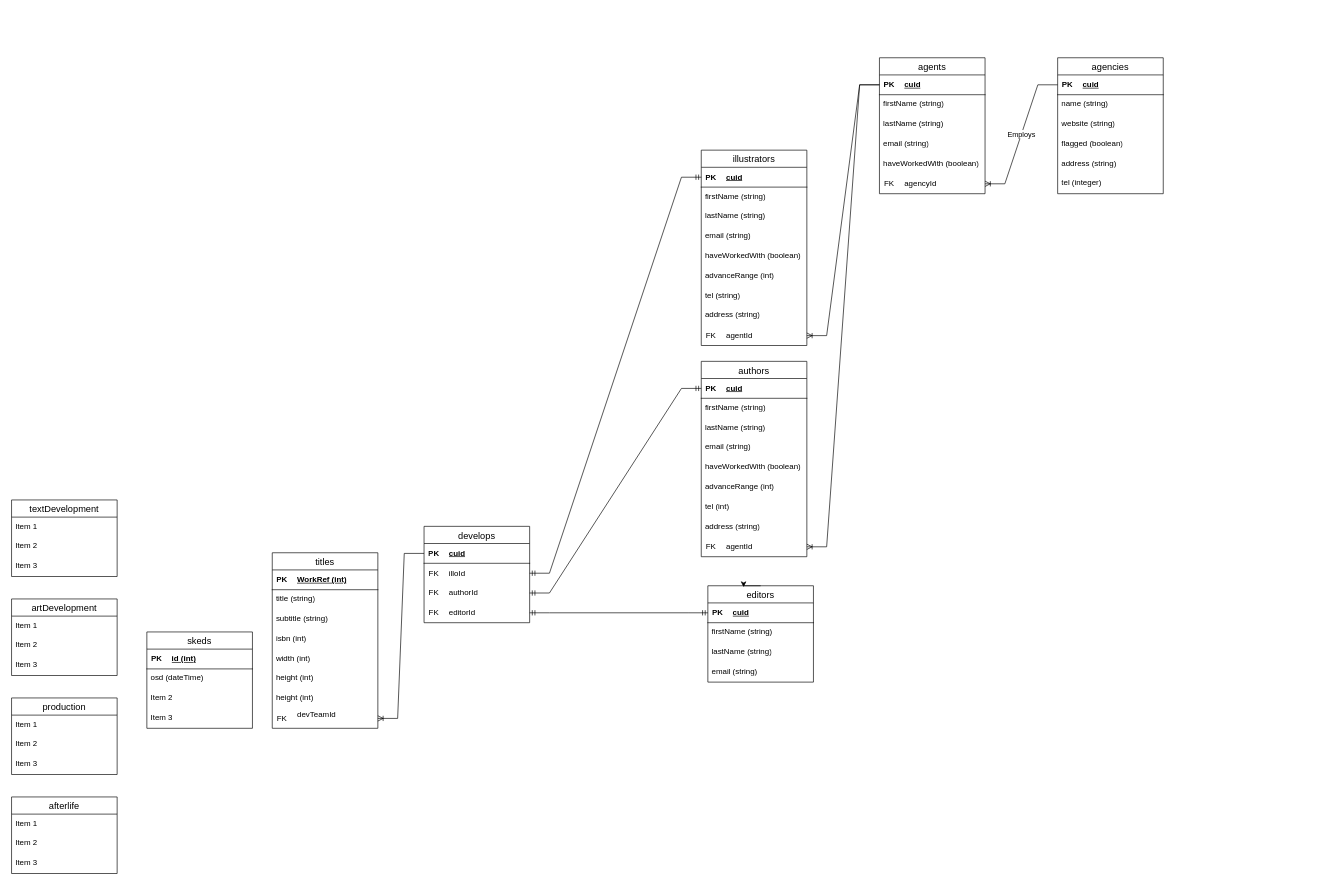
Before: public/AdsoSchema.drawio in GianniBuoni/adso, a draw.io diagram. Source tidied: cells renumbered, new cells numbered last; positions are measured from the earlier drawing's top-left corner, leaving out a move shared by most shapes. Both pictures are drawn from the tidied source at 66%, with x=0, y=0 at pixel (11, 57).
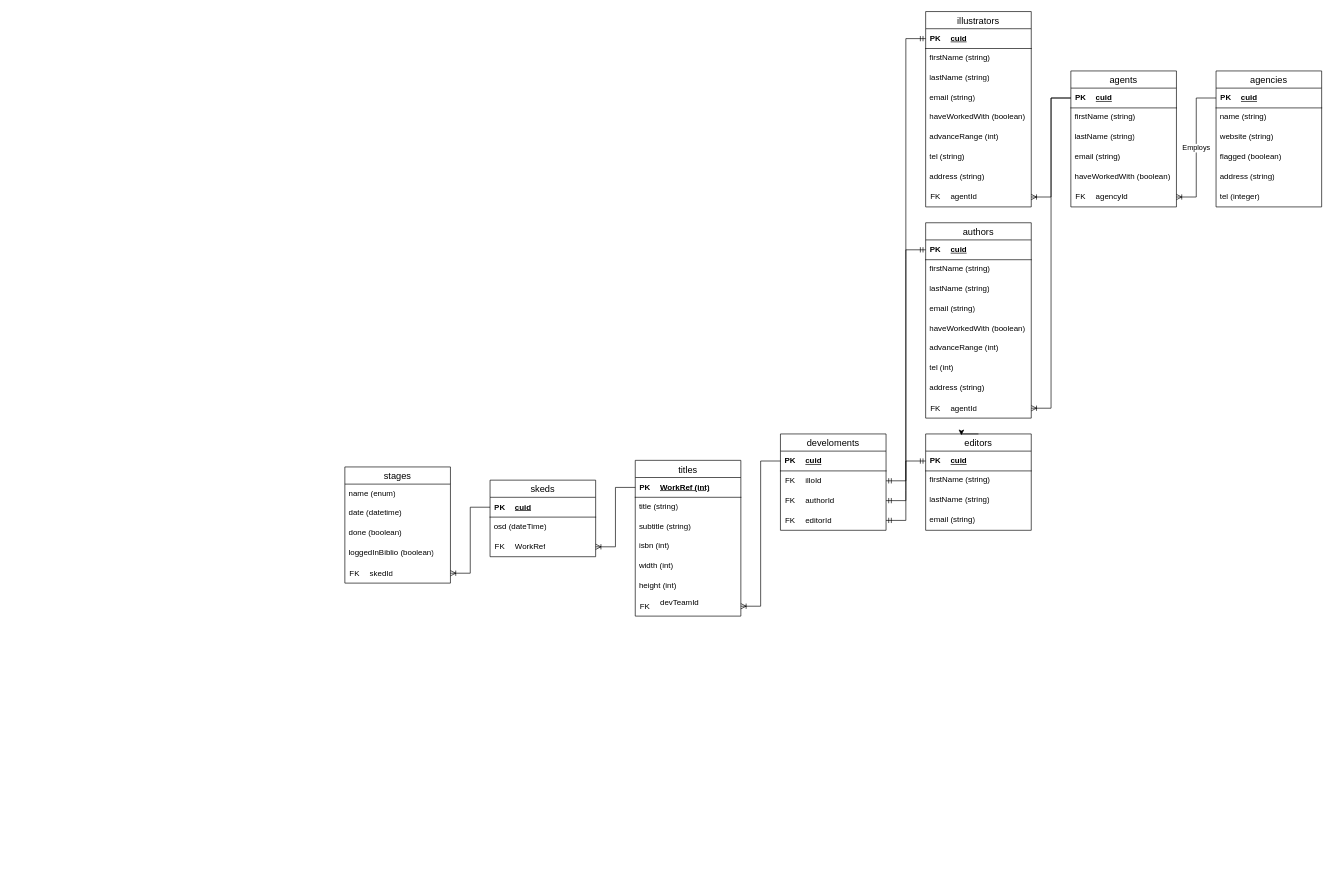
The same diagram, later.

Unchanged cells that the change refers to:
```xml
<mxCell id="4" style="shape=tableRow;horizontal=0;startSize=0;swimlaneHead=0;swimlaneBody=0;fillColor=none;points=[[0,0.5],[1,0.5]];portConstraint=eastwest;top=0;left=0;right=0;bottom=1;" parent="3" vertex="1">
  <mxGeometry width="160" height="30" as="geometry" />
</mxCell>
<mxCell id="35" style="shape=tableRow;horizontal=0;startSize=0;swimlaneHead=0;swimlaneBody=0;fillColor=none;points=[[0,0.5],[1,0.5]];portConstraint=eastwest;top=0;left=0;right=0;bottom=1;" parent="34" vertex="1">
  <mxGeometry width="160" height="30" as="geometry" />
</mxCell>
<mxCell id="50" style="shape=tableRow;horizontal=0;startSize=0;swimlaneHead=0;swimlaneBody=0;fillColor=none;points=[[0,0.5],[1,0.5]];portConstraint=eastwest;top=0;left=0;right=0;bottom=1;" parent="49" vertex="1">
  <mxGeometry width="160" height="30" as="geometry" />
</mxCell>
<mxCell id="89" style="shape=tableRow;horizontal=0;startSize=0;swimlaneHead=0;swimlaneBody=0;fillColor=none;points=[[0,0.5],[1,0.5]];portConstraint=eastwest;top=0;left=0;right=0;bottom=0;" parent="79" vertex="1">
  <mxGeometry y="90" width="160" height="30" as="geometry" />
</mxCell>
```

Diff of the diagram source:
```diff
@@
     <mxCell id="2" value="editors" style="swimlane;fontStyle=0;horizontal=1;startSize=26;align=center;fontSize=14;" parent="1" vertex="1">
-      <mxGeometry x="1055" y="800" width="160" height="146" as="geometry" />
+      <mxGeometry x="1385" y="570" width="160" height="146" as="geometry" />
     </mxCell>
@@
     <mxCell id="10" value="agents" style="swimlane;fontStyle=0;horizontal=1;startSize=26;align=center;fontSize=14;" parent="1" vertex="1">
-      <mxGeometry x="1315" width="160" height="206" as="geometry" />
+      <mxGeometry x="1605" y="20" width="160" height="206" as="geometry" />
     </mxCell>
@@
     <mxCell id="23" value="agencies" style="swimlane;fontStyle=0;horizontal=1;startSize=26;align=center;fontSize=14;" parent="1" vertex="1">
-      <mxGeometry x="1585" width="160" height="206" as="geometry" />
+      <mxGeometry x="1825" y="20" width="160" height="206" as="geometry" />
     </mxCell>
@@
     <mxCell id="33" value="titles" style="swimlane;fontStyle=0;horizontal=1;startSize=26;align=center;fontSize=14;" parent="1" vertex="1">
-      <mxGeometry x="395" y="750" width="160" height="266" as="geometry" />
+      <mxGeometry x="945" y="610" width="160" height="236" as="geometry" />
     </mxCell>
@@
-    <mxCell id="43" value="height (int)" style="text;strokeColor=none;fillColor=none;spacingLeft=4;spacingRight=4;overflow=hidden;fontSize=12;whiteSpace=wrap;html=1;" parent="33" vertex="1">
-      <mxGeometry y="206" width="160" height="30" as="geometry" />
-    </mxCell>
     <mxCell id="44" style="shape=table;startSize=0;childLayout=tableLayout;rowLines=0;fontStyle=0;align=center;strokeColor=none;fillColor=none;" parent="33" vertex="1">
-      <mxGeometry y="236" width="160" height="30" as="geometry" />
+      <mxGeometry y="206" width="160" height="30" as="geometry" />
     </mxCell>
@@
     <mxCell id="48" value="skeds" style="swimlane;fontStyle=0;horizontal=1;startSize=26;align=center;fontSize=14;" parent="1" vertex="1">
-      <mxGeometry x="205" y="870" width="160" height="146" as="geometry" />
+      <mxGeometry x="725" y="640" width="160" height="116" as="geometry" />
     </mxCell>
@@
-    <mxCell id="52" value="id (int)" style="shape=partialRectangle;fillColor=none;top=0;left=0;bottom=0;right=0;align=left;spacingLeft=6;fontStyle=5;overflow=hidden;whiteSpace=wrap;html=1;" parent="50" vertex="1">
+    <mxCell id="52" value="cuid" style="shape=partialRectangle;fillColor=none;top=0;left=0;bottom=0;right=0;align=left;spacingLeft=6;fontStyle=5;overflow=hidden;whiteSpace=wrap;html=1;" parent="50" vertex="1">
       <mxGeometry x="30" width="130" height="30" as="geometry" />
     </mxCell>
@@
-    <mxCell id="54" value="Item 2" style="text;strokeColor=none;fillColor=none;spacingLeft=4;spacingRight=4;overflow=hidden;fontSize=12;whiteSpace=wrap;html=1;" parent="48" vertex="1">
-      <mxGeometry y="86" width="160" height="30" as="geometry" />
-    </mxCell>
-    <mxCell id="55" value="Item 3" style="text;strokeColor=none;fillColor=none;spacingLeft=4;spacingRight=4;overflow=hidden;fontSize=12;whiteSpace=wrap;html=1;" parent="48" vertex="1">
-      <mxGeometry y="116" width="160" height="30" as="geometry" />
-    </mxCell>
-    <mxCell id="56" value="textDevelopment" style="swimlane;fontStyle=0;horizontal=1;startSize=26;align=center;fontSize=14;" parent="1" vertex="1">
-      <mxGeometry y="670" width="160" height="116" as="geometry" />
-    </mxCell>
-    <mxCell id="57" value="Item 1" style="text;strokeColor=none;fillColor=none;spacingLeft=4;spacingRight=4;overflow=hidden;fontSize=12;whiteSpace=wrap;html=1;" parent="56" vertex="1">
-      <mxGeometry y="26" width="160" height="30" as="geometry" />
-    </mxCell>
-    <mxCell id="58" value="Item 2" style="text;strokeColor=none;fillColor=none;spacingLeft=4;spacingRight=4;overflow=hidden;fontSize=12;whiteSpace=wrap;html=1;" parent="56" vertex="1">
-      <mxGeometry y="56" width="160" height="30" as="geometry" />
-    </mxCell>
-    <mxCell id="59" value="Item 3" style="text;strokeColor=none;fillColor=none;spacingLeft=4;spacingRight=4;overflow=hidden;fontSize=12;whiteSpace=wrap;html=1;" parent="56" vertex="1">
-      <mxGeometry y="86" width="160" height="30" as="geometry" />
-    </mxCell>
+    <mxCell id="127" style="shape=table;startSize=0;childLayout=tableLayout;rowLines=0;fontStyle=0;align=center;strokeColor=none;fillColor=none;" parent="48" vertex="1">
+      <mxGeometry y="86" width="160" height="30" as="geometry" />
+    </mxCell>
+    <mxCell id="128" style="shape=tableRow;horizontal=0;startSize=0;swimlaneHead=0;swimlaneBody=0;fillColor=none;points=[[0,0.5],[1,0.5]];portConstraint=eastwest;top=0;left=0;right=0;bottom=0;" parent="127" vertex="1">
+      <mxGeometry width="160" height="30" as="geometry" />
+    </mxCell>
+    <mxCell id="129" value="FK" style="shape=partialRectangle;fillColor=none;top=0;left=0;bottom=0;right=0;fontStyle=0;overflow=hidden;whiteSpace=wrap;html=1;" parent="128" vertex="1">
+      <mxGeometry width="30" height="30" as="geometry" />
+    </mxCell>
+    <mxCell id="130" value="WorkRef" style="shape=partialRectangle;fillColor=none;top=0;left=0;bottom=0;right=0;align=left;spacingLeft=6;fontStyle=0;overflow=hidden;whiteSpace=wrap;html=1;" parent="128" vertex="1">
+      <mxGeometry x="30" width="130" height="30" as="geometry" />
+    </mxCell>
@@
     <mxCell id="62" value="illustrators" style="swimlane;fontStyle=0;horizontal=1;startSize=26;align=center;fontSize=14;" parent="1" vertex="1">
-      <mxGeometry x="1045" y="140" width="160" height="296" as="geometry" />
+      <mxGeometry x="1385" y="-70" width="160" height="296" as="geometry" />
     </mxCell>
@@
-    <mxCell id="78" value="develops" style="swimlane;fontStyle=0;horizontal=1;startSize=26;align=center;fontSize=14;" parent="1" vertex="1">
-      <mxGeometry x="625" y="710" width="160" height="146" as="geometry" />
+    <mxCell id="78" value="develoments" style="swimlane;fontStyle=0;horizontal=1;startSize=26;align=center;fontSize=14;" parent="1" vertex="1">
+      <mxGeometry x="1165" y="570" width="160" height="146" as="geometry" />
     </mxCell>
@@
     <mxCell id="93" value="authors" style="swimlane;fontStyle=0;horizontal=1;startSize=26;align=center;fontSize=14;" parent="1" vertex="1">
-      <mxGeometry x="1045" y="460" width="160" height="296" as="geometry" />
+      <mxGeometry x="1385" y="250" width="160" height="296" as="geometry" />
     </mxCell>
@@
     <mxCell id="109" style="edgeStyle=entityRelationEdgeStyle;fontSize=12;html=1;endArrow=ERmandOne;startArrow=ERmandOne;rounded=0;exitX=1;exitY=0.5;exitDx=0;exitDy=0;entryX=0;entryY=0.5;entryDx=0;entryDy=0;" parent="1" edge="1" source="89" target="4">
       <mxGeometry relative="1" as="geometry">
         <Array as="points">
-          <mxPoint x="496.9" y="512" />
+          <mxPoint x="1036.9" y="372" />
         </Array>
       </mxGeometry>
     </mxCell>
@@
-    <mxCell id="115" value="artDevelopment" style="swimlane;fontStyle=0;horizontal=1;startSize=26;align=center;fontSize=14;" parent="1" vertex="1">
-      <mxGeometry y="820" width="160" height="116" as="geometry" />
-    </mxCell>
-    <mxCell id="116" value="Item 1" style="text;strokeColor=none;fillColor=none;spacingLeft=4;spacingRight=4;overflow=hidden;fontSize=12;whiteSpace=wrap;html=1;" parent="115" vertex="1">
-      <mxGeometry y="26" width="160" height="30" as="geometry" />
-    </mxCell>
-    <mxCell id="117" value="Item 2" style="text;strokeColor=none;fillColor=none;spacingLeft=4;spacingRight=4;overflow=hidden;fontSize=12;whiteSpace=wrap;html=1;" parent="115" vertex="1">
-      <mxGeometry y="56" width="160" height="30" as="geometry" />
-    </mxCell>
-    <mxCell id="118" value="Item 3" style="text;strokeColor=none;fillColor=none;spacingLeft=4;spacingRight=4;overflow=hidden;fontSize=12;whiteSpace=wrap;html=1;" parent="115" vertex="1">
-      <mxGeometry y="86" width="160" height="30" as="geometry" />
-    </mxCell>
-    <mxCell id="119" value="production" style="swimlane;fontStyle=0;horizontal=1;startSize=26;align=center;fontSize=14;" parent="1" vertex="1">
-      <mxGeometry y="970" width="160" height="116" as="geometry" />
-    </mxCell>
-    <mxCell id="120" value="Item 1" style="text;strokeColor=none;fillColor=none;spacingLeft=4;spacingRight=4;overflow=hidden;fontSize=12;whiteSpace=wrap;html=1;" parent="119" vertex="1">
-      <mxGeometry y="26" width="160" height="30" as="geometry" />
-    </mxCell>
-    <mxCell id="121" value="Item 2" style="text;strokeColor=none;fillColor=none;spacingLeft=4;spacingRight=4;overflow=hidden;fontSize=12;whiteSpace=wrap;html=1;" parent="119" vertex="1">
-      <mxGeometry y="56" width="160" height="30" as="geometry" />
-    </mxCell>
-    <mxCell id="122" value="Item 3" style="text;strokeColor=none;fillColor=none;spacingLeft=4;spacingRight=4;overflow=hidden;fontSize=12;whiteSpace=wrap;html=1;" parent="119" vertex="1">
-      <mxGeometry y="86" width="160" height="30" as="geometry" />
-    </mxCell>
-    <mxCell id="123" value="afterlife" style="swimlane;fontStyle=0;horizontal=1;startSize=26;align=center;fontSize=14;" parent="1" vertex="1">
-      <mxGeometry y="1120" width="160" height="116" as="geometry" />
+    <mxCell id="123" value="stages" style="swimlane;fontStyle=0;horizontal=1;startSize=26;align=center;fontSize=14;" parent="1" vertex="1">
+      <mxGeometry x="505" y="620" width="160" height="176" as="geometry" />
     </mxCell>
-    <mxCell id="124" value="Item 1" style="text;strokeColor=none;fillColor=none;spacingLeft=4;spacingRight=4;overflow=hidden;fontSize=12;whiteSpace=wrap;html=1;" parent="123" vertex="1">
+    <mxCell id="124" value="name (enum)" style="text;strokeColor=none;fillColor=none;spacingLeft=4;spacingRight=4;overflow=hidden;fontSize=12;whiteSpace=wrap;html=1;" parent="123" vertex="1">
       <mxGeometry y="26" width="160" height="30" as="geometry" />
     </mxCell>
-    <mxCell id="125" value="Item 2" style="text;strokeColor=none;fillColor=none;spacingLeft=4;spacingRight=4;overflow=hidden;fontSize=12;whiteSpace=wrap;html=1;" parent="123" vertex="1">
+    <mxCell id="125" value="date (datetime)" style="text;strokeColor=none;fillColor=none;spacingLeft=4;spacingRight=4;overflow=hidden;fontSize=12;whiteSpace=wrap;html=1;" parent="123" vertex="1">
       <mxGeometry y="56" width="160" height="30" as="geometry" />
     </mxCell>
-    <mxCell id="126" value="Item 3" style="text;strokeColor=none;fillColor=none;spacingLeft=4;spacingRight=4;overflow=hidden;fontSize=12;whiteSpace=wrap;html=1;" parent="123" vertex="1">
+    <mxCell id="126" value="done (boolean)" style="text;strokeColor=none;fillColor=none;spacingLeft=4;spacingRight=4;overflow=hidden;fontSize=12;whiteSpace=wrap;html=1;" parent="123" vertex="1">
       <mxGeometry y="86" width="160" height="30" as="geometry" />
     </mxCell>
+    <mxCell id="131" value="loggedInBiblio (boolean)" style="text;strokeColor=none;fillColor=none;spacingLeft=4;spacingRight=4;overflow=hidden;fontSize=12;whiteSpace=wrap;html=1;" parent="123" vertex="1">
+      <mxGeometry y="116" width="160" height="30" as="geometry" />
+    </mxCell>
+    <mxCell id="132" style="shape=table;startSize=0;childLayout=tableLayout;rowLines=0;fontStyle=0;align=center;strokeColor=none;fillColor=none;" parent="123" vertex="1">
+      <mxGeometry y="146" width="160" height="30" as="geometry" />
+    </mxCell>
+    <mxCell id="133" style="shape=tableRow;horizontal=0;startSize=0;swimlaneHead=0;swimlaneBody=0;fillColor=none;points=[[0,0.5],[1,0.5]];portConstraint=eastwest;top=0;left=0;right=0;bottom=0;" parent="132" vertex="1">
+      <mxGeometry width="160" height="30" as="geometry" />
+    </mxCell>
+    <mxCell id="134" value="FK" style="shape=partialRectangle;fillColor=none;top=0;left=0;bottom=0;right=0;fontStyle=0;overflow=hidden;whiteSpace=wrap;html=1;" parent="133" vertex="1">
+      <mxGeometry width="30" height="30" as="geometry" />
+    </mxCell>
+    <mxCell id="135" value="skedId" style="shape=partialRectangle;fillColor=none;top=0;left=0;bottom=0;right=0;align=left;spacingLeft=6;fontStyle=0;overflow=hidden;whiteSpace=wrap;html=1;" parent="133" vertex="1">
+      <mxGeometry x="30" width="130" height="30" as="geometry" />
+    </mxCell>
+    <mxCell id="136" style="edgeStyle=entityRelationEdgeStyle;fontSize=12;html=1;endArrow=ERoneToMany;rounded=0;exitX=0;exitY=0.5;exitDx=0;exitDy=0;entryX=1;entryY=0.5;entryDx=0;entryDy=0;" parent="1" edge="1" source="50" target="133">
+      <mxGeometry relative="1" as="geometry" />
+    </mxCell>
+    <mxCell id="137" style="edgeStyle=entityRelationEdgeStyle;fontSize=12;html=1;endArrow=ERoneToMany;rounded=0;exitX=0;exitY=0.5;exitDx=0;exitDy=0;entryX=1;entryY=0.5;entryDx=0;entryDy=0;" parent="1" edge="1" source="35" target="128">
+      <mxGeometry relative="1" as="geometry" />
+    </mxCell>
```
